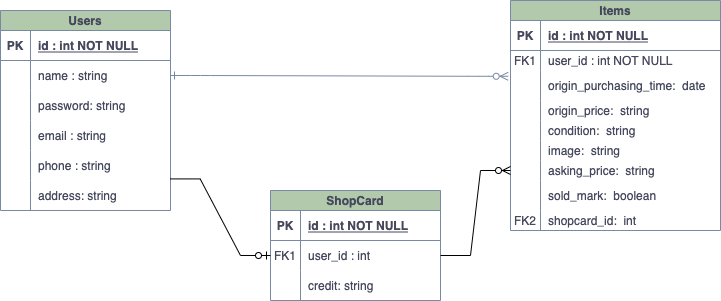
Earlier version of the draw.io export images/thrift.drawio.png (janemzwangnj/onlineThriftShop-vueJs-Django-Python). Source tidied: cells renumbered, new cells last; positions are measured from the earlier drawing's top-left corner, leaving out a move shared by most shapes.
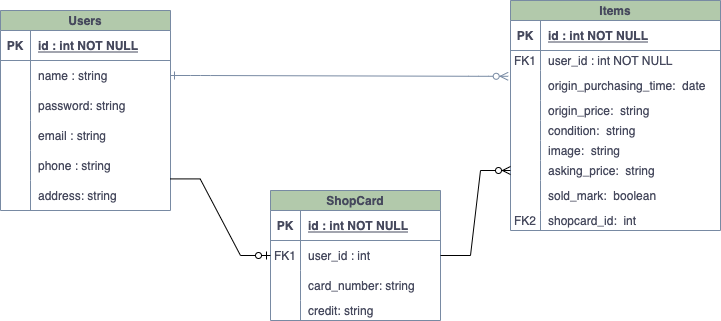
After the change.

Diff of the diagram source:
```diff
@@ -147,7 +147,7 @@
       <mxGeometry x="30" width="180" height="20" as="geometry" />
     </mxCell>
     <mxCell id="50" value="ShopCard" style="shape=table;startSize=20;rowLines=0;fontStyle=1;align=center;fillColor=#B2C9AB;strokeColor=#788AA3;fontColor=#46495D;" parent="1" vertex="1">
-      <mxGeometry x="270" y="190" width="170" height="110" as="geometry" />
+      <mxGeometry x="270" y="190" width="170" height="130" as="geometry" />
     </mxCell>
     <mxCell id="51" style="shape=partialRectangle;fillColor=none;top=0;left=0;right=0;bottom=1;strokeColor=#788AA3;fontColor=#46495D;" parent="50" vertex="1">
       <mxGeometry y="20" width="170" height="30" as="geometry" />
@@ -173,9 +173,18 @@
     <mxCell id="58" style="shape=partialRectangle;overflow=hidden;fillColor=none;top=0;left=0;bottom=0;right=0;strokeColor=#788AA3;fontColor=#46495D;" parent="57" vertex="1">
       <mxGeometry width="30" height="30" as="geometry" />
     </mxCell>
-    <mxCell id="59" value="credit: string" style="shape=partialRectangle;overflow=hidden;fillColor=none;top=0;left=0;bottom=0;right=0;align=left;spacingLeft=6;strokeColor=#788AA3;fontColor=#46495D;" parent="57" vertex="1">
+    <mxCell id="59" value="card_number: string" style="shape=partialRectangle;overflow=hidden;fillColor=none;top=0;left=0;bottom=0;right=0;align=left;spacingLeft=6;strokeColor=#788AA3;fontColor=#46495D;" parent="57" vertex="1">
       <mxGeometry x="30" width="140" height="30" as="geometry" />
     </mxCell>
+    <mxCell id="62" style="shape=partialRectangle;fillColor=none;top=0;left=0;right=0;bottom=0;strokeColor=#788AA3;fontColor=#46495D;" parent="50" vertex="1">
+      <mxGeometry y="110" width="170" height="20" as="geometry" />
+    </mxCell>
+    <mxCell id="63" style="shape=partialRectangle;overflow=hidden;fillColor=none;top=0;left=0;bottom=0;right=0;strokeColor=#788AA3;fontColor=#46495D;" parent="62" vertex="1">
+      <mxGeometry width="30" height="20" as="geometry" />
+    </mxCell>
+    <mxCell id="64" value="credit: string" style="shape=partialRectangle;overflow=hidden;fillColor=none;top=0;left=0;bottom=0;right=0;align=left;spacingLeft=6;strokeColor=#788AA3;fontColor=#46495D;" parent="62" vertex="1">
+      <mxGeometry x="30" width="140" height="20" as="geometry" />
+    </mxCell>
     <mxCell id="60" style="edgeStyle=entityRelationEdgeStyle;fontSize=12;html=1;endArrow=ERzeroToOne;endFill=1;rounded=0;entryX=0;entryY=0.5;entryDx=0;entryDy=0;exitX=0.998;exitY=-0.053;exitDx=0;exitDy=0;exitPerimeter=0;" parent="1" edge="1" source="19" target="54">
       <mxGeometry relative="1" as="geometry" />
     </mxCell>
```
